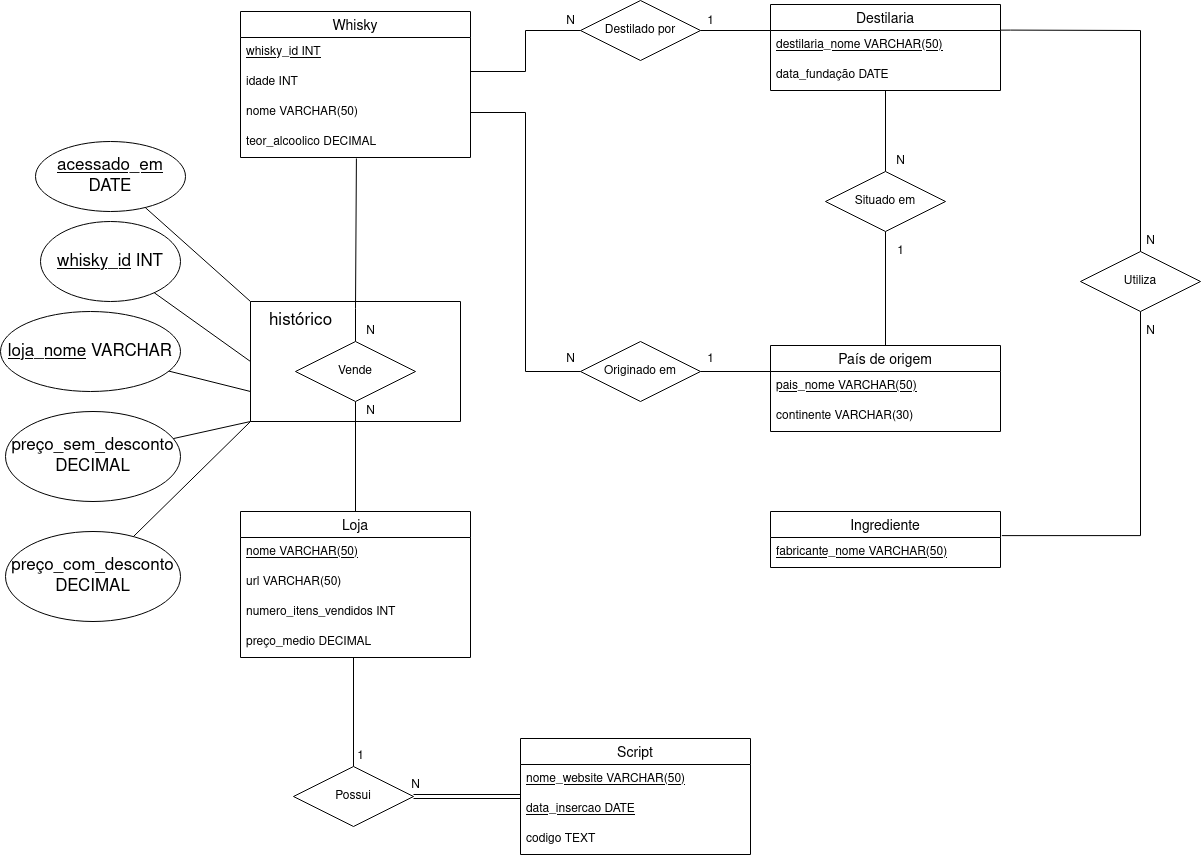
Above: diagrama-ER.png in felipedallmann/Trabalho_Banco_de_Dados (draw.io), before the change. Source tidied: cells renumbered, new cells last; positions are measured from the earlier drawing's top-left corner, leaving out a move shared by most shapes.
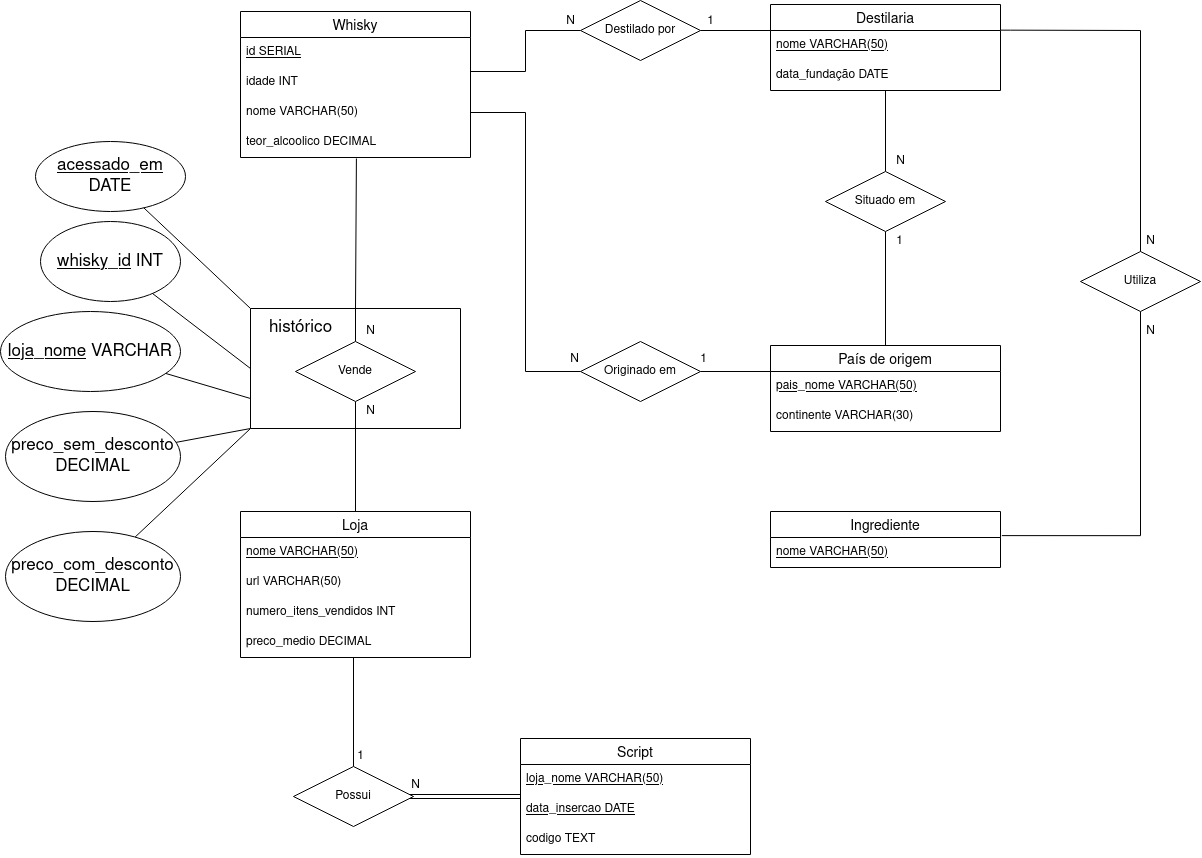
The same file after the commit.

Commit message:
Padronizar nome dos campos no SQL e diagrama.

Change to the diagram source:
```diff
@@ -5,7 +5,7 @@
     <mxCell id="2" value="Whisky" style="swimlane;fontStyle=0;horizontal=1;startSize=26;align=center;fontSize=14;" parent="1" vertex="1">
       <mxGeometry x="240" y="11" width="230" height="146" as="geometry" />
     </mxCell>
-    <mxCell id="3" value="whisky_id INT" style="text;strokeColor=none;fillColor=none;spacingLeft=4;spacingRight=4;overflow=hidden;fontSize=12;fontStyle=4;" parent="2" vertex="1">
+    <mxCell id="3" value="id SERIAL" style="text;strokeColor=none;fillColor=none;spacingLeft=4;spacingRight=4;overflow=hidden;fontSize=12;fontStyle=4;" parent="2" vertex="1">
       <mxGeometry y="26" width="230" height="30" as="geometry" />
     </mxCell>
     <mxCell id="4" value="idade INT" style="text;strokeColor=none;fillColor=none;spacingLeft=4;spacingRight=4;overflow=hidden;fontSize=12;" parent="2" vertex="1">
@@ -20,7 +20,7 @@
     <mxCell id="7" value="Destilaria" style="swimlane;fontStyle=0;horizontal=1;startSize=26;align=center;fontSize=14;" parent="1" vertex="1">
       <mxGeometry x="770" y="4" width="230" height="86" as="geometry" />
     </mxCell>
-    <mxCell id="8" value="destilaria_nome VARCHAR(50)" style="text;strokeColor=none;fillColor=none;spacingLeft=4;spacingRight=4;overflow=hidden;fontSize=12;fontStyle=4;" parent="7" vertex="1">
+    <mxCell id="8" value="nome VARCHAR(50)" style="text;strokeColor=none;fillColor=none;spacingLeft=4;spacingRight=4;overflow=hidden;fontSize=12;fontStyle=4;" parent="7" vertex="1">
       <mxGeometry y="26" width="230" height="30" as="geometry" />
     </mxCell>
     <mxCell id="9" value="data_fundação DATE" style="text;strokeColor=none;fillColor=none;spacingLeft=4;spacingRight=4;overflow=hidden;fontSize=12;fontStyle=0;" parent="7" vertex="1">
@@ -77,7 +77,7 @@
     <mxCell id="23" value="numero_itens_vendidos INT" style="text;strokeColor=none;fillColor=none;spacingLeft=4;spacingRight=4;overflow=hidden;fontSize=12;fontStyle=0;" parent="20" vertex="1">
       <mxGeometry y="86" width="230" height="30" as="geometry" />
     </mxCell>
-    <mxCell id="24" value="preço_medio DECIMAL " style="text;strokeColor=none;fillColor=none;spacingLeft=4;spacingRight=4;overflow=hidden;points=[[0,0.5],[1,0.5]];portConstraint=eastwest;fontSize=12;fontStyle=0;" parent="20" vertex="1">
+    <mxCell id="24" value="preco_medio DECIMAL " style="text;strokeColor=none;fillColor=none;spacingLeft=4;spacingRight=4;overflow=hidden;points=[[0,0.5],[1,0.5]];portConstraint=eastwest;fontSize=12;fontStyle=0;" parent="20" vertex="1">
       <mxGeometry y="116" width="230" height="30" as="geometry" />
     </mxCell>
     <mxCell id="25" style="edgeStyle=orthogonalEdgeStyle;rounded=0;jettySize=auto;html=1;exitX=0.5;exitY=0;exitDx=0;exitDy=0;endArrow=none;endFill=0;entryX=0.504;entryY=1.033;entryDx=0;entryDy=0;entryPerimeter=0;" parent="1" edge="1" source="26" target="6">
@@ -93,7 +93,7 @@
     <mxCell id="27" value="Ingrediente" style="swimlane;fontStyle=0;horizontal=1;startSize=26;align=center;fontSize=14;" parent="1" vertex="1">
       <mxGeometry x="770" y="511" width="230" height="56" as="geometry" />
     </mxCell>
-    <mxCell id="28" value="fabricante_nome VARCHAR(50)" style="text;strokeColor=none;fillColor=none;spacingLeft=4;spacingRight=4;overflow=hidden;points=[[0,0.5],[1,0.5]];portConstraint=eastwest;fontSize=12;fontStyle=4;" parent="27" vertex="1">
+    <mxCell id="28" value="nome VARCHAR(50)" style="text;strokeColor=none;fillColor=none;spacingLeft=4;spacingRight=4;overflow=hidden;points=[[0,0.5],[1,0.5]];portConstraint=eastwest;fontSize=12;fontStyle=4;" parent="27" vertex="1">
       <mxGeometry y="26" width="230" height="30" as="geometry" />
     </mxCell>
     <mxCell id="29" style="edgeStyle=orthogonalEdgeStyle;rounded=0;jettySize=auto;html=1;exitX=1;exitY=0.5;exitDx=0;exitDy=0;entryX=0;entryY=0.5;entryDx=0;entryDy=0;endArrow=none;endFill=0;" parent="1" edge="1" source="30" target="11">
@@ -137,10 +137,10 @@
       <mxGeometry x="560" y="11" width="20" height="20" as="geometry" />
     </mxCell>
     <mxCell id="37" value="N" style="text;html=1;align=center;verticalAlign=middle;strokeColor=none;fillColor=none;" parent="1" vertex="1">
-      <mxGeometry x="560" y="349" width="20" height="20" as="geometry" />
+      <mxGeometry x="564" y="349" width="20" height="20" as="geometry" />
     </mxCell>
     <mxCell id="38" value="1" style="text;html=1;align=center;verticalAlign=middle;strokeColor=none;fillColor=none;" parent="1" vertex="1">
-      <mxGeometry x="700" y="349" width="20" height="20" as="geometry" />
+      <mxGeometry x="693" y="349" width="20" height="20" as="geometry" />
     </mxCell>
     <mxCell id="39" value="N" style="text;html=1;align=center;verticalAlign=middle;strokeColor=none;fillColor=none;" parent="1" vertex="1">
       <mxGeometry x="360" y="321" width="20" height="20" as="geometry" />
@@ -152,7 +152,7 @@
       <mxGeometry x="890" y="151" width="20" height="20" as="geometry" />
     </mxCell>
     <mxCell id="42" value="1" style="text;html=1;align=center;verticalAlign=middle;strokeColor=none;fillColor=none;" parent="1" vertex="1">
-      <mxGeometry x="890" y="241" width="20" height="20" as="geometry" />
+      <mxGeometry x="889" y="231" width="20" height="20" as="geometry" />
     </mxCell>
     <mxCell id="43" value="N" style="text;html=1;align=center;verticalAlign=middle;strokeColor=none;fillColor=none;" parent="1" vertex="1">
       <mxGeometry x="1140" y="231" width="20" height="20" as="geometry" />
@@ -161,7 +161,7 @@
       <mxGeometry x="1140" y="321" width="20" height="20" as="geometry" />
     </mxCell>
     <mxCell id="45" style="swimlane;startSize=0;" parent="1" vertex="1">
-      <mxGeometry x="250" y="301" width="210" height="120" as="geometry" />
+      <mxGeometry x="250" y="308" width="210" height="120" as="geometry" />
     </mxCell>
     <mxCell id="46" value="&lt;font style=&quot;font-size: 17px&quot;&gt;histórico&lt;/font&gt;" style="text;html=1;align=center;verticalAlign=middle;strokeColor=none;fillColor=none;" parent="45" vertex="1">
       <mxGeometry x="10" y="9" width="80" height="20" as="geometry" />
@@ -184,10 +184,10 @@
     <mxCell id="52" style="endArrow=none;html=1;rounded=0;fontSize=17;exitX=0;exitY=0.75;exitDx=0;exitDy=0;" parent="1" edge="1" source="45" target="50">
       <mxGeometry relative="1" as="geometry" />
     </mxCell>
-    <mxCell id="53" value="preço_sem_desconto&lt;br&gt;DECIMAL" style="ellipse;whiteSpace=wrap;html=1;fontSize=17;" parent="1" vertex="1">
+    <mxCell id="53" value="preco_sem_desconto&lt;br&gt;DECIMAL" style="ellipse;whiteSpace=wrap;html=1;fontSize=17;" parent="1" vertex="1">
       <mxGeometry x="5" y="411" width="175" height="90" as="geometry" />
     </mxCell>
-    <mxCell id="54" value="preço_com_desconto&lt;br&gt;DECIMAL" style="ellipse;whiteSpace=wrap;html=1;fontSize=17;" parent="1" vertex="1">
+    <mxCell id="54" value="preco_com_desconto&lt;br&gt;DECIMAL" style="ellipse;whiteSpace=wrap;html=1;fontSize=17;" parent="1" vertex="1">
       <mxGeometry x="5" y="531" width="175" height="90" as="geometry" />
     </mxCell>
     <mxCell id="55" style="endArrow=none;html=1;rounded=0;fontSize=17;entryX=0;entryY=1;entryDx=0;entryDy=0;" parent="1" edge="1" source="53" target="45">
@@ -199,7 +199,7 @@
     <mxCell id="57" value="Script" style="swimlane;fontStyle=0;horizontal=1;startSize=26;align=center;fontSize=14;" parent="1" vertex="1">
       <mxGeometry x="520" y="738" width="230" height="116" as="geometry" />
     </mxCell>
-    <mxCell id="58" value="nome_website VARCHAR(50)" style="text;strokeColor=none;fillColor=none;spacingLeft=4;spacingRight=4;overflow=hidden;fontSize=12;fontStyle=4;" parent="57" vertex="1">
+    <mxCell id="58" value="loja_nome VARCHAR(50)" style="text;strokeColor=none;fillColor=none;spacingLeft=4;spacingRight=4;overflow=hidden;fontSize=12;fontStyle=4;" parent="57" vertex="1">
       <mxGeometry y="26" width="230" height="30" as="geometry" />
     </mxCell>
     <mxCell id="59" value="data_insercao DATE" style="text;strokeColor=none;fillColor=none;spacingLeft=4;spacingRight=4;overflow=hidden;fontSize=12;fontStyle=4;" parent="57" vertex="1">
@@ -215,7 +215,7 @@
         </Array>
       </mxGeometry>
     </mxCell>
-    <mxCell id="62" style="edgeStyle=orthogonalEdgeStyle;rounded=0;jettySize=auto;html=1;exitX=1;exitY=0.5;exitDx=0;exitDy=0;endArrow=none;endFill=0;shape=link;" parent="1" edge="1" source="63">
+    <mxCell id="62" style="edgeStyle=orthogonalEdgeStyle;rounded=0;jettySize=auto;html=1;exitX=0.97;exitY=0.5;exitDx=0;exitDy=0;endArrow=none;endFill=0;shape=link;exitPerimeter=0;" parent="1" edge="1" source="63">
       <mxGeometry relative="1" as="geometry">
         <mxPoint x="520" y="796" as="targetPoint" />
       </mxGeometry>
```
